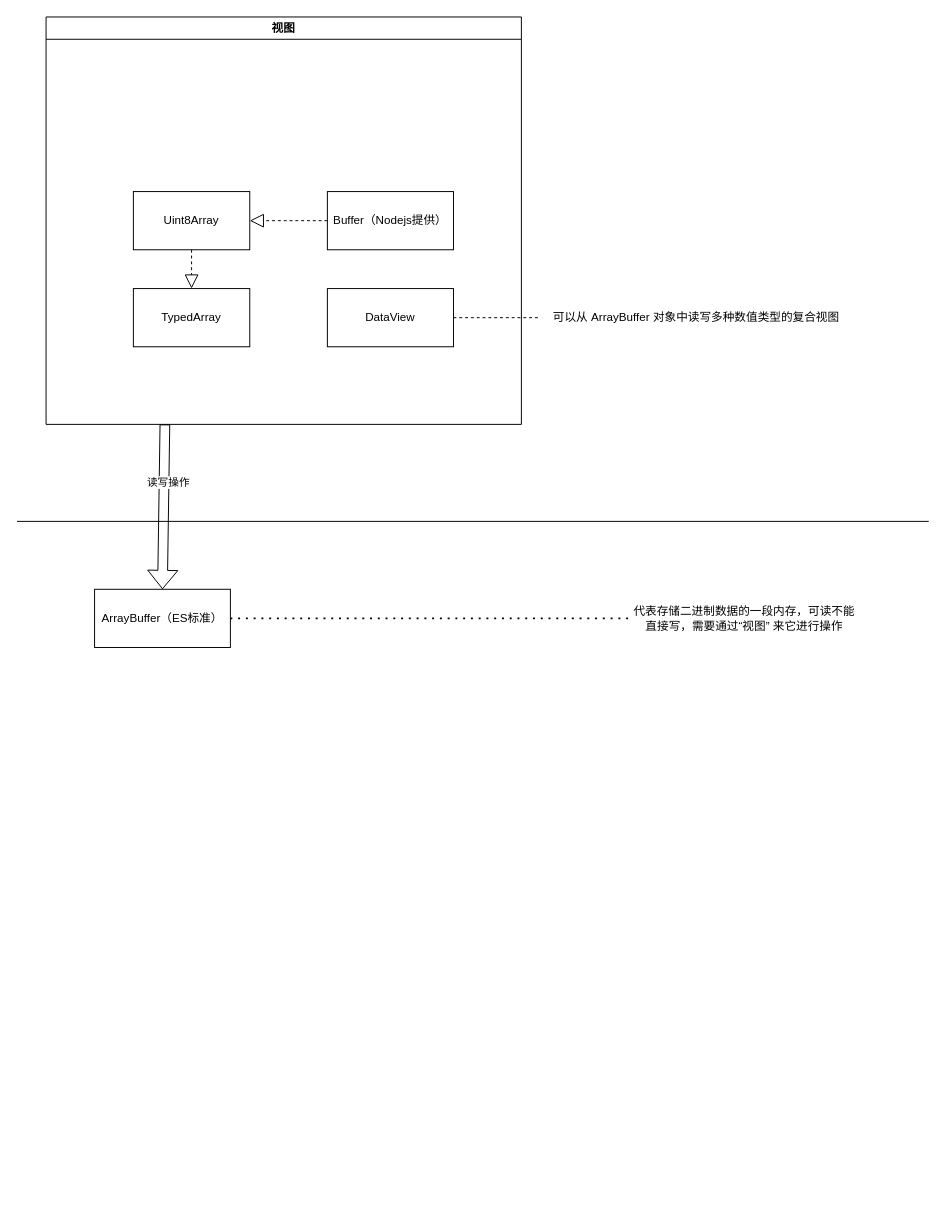
This is Buffer 学习图例.drawio from DongDeming/diagrams, a draw.io file, before an edit. Source tidied: cells renumbered, new cells numbered last; positions are measured from the earlier drawing's top-left corner, leaving out a move shared by most shapes. Both pictures are drawn from the tidied source at 97%, with x=0, y=0 at pixel (16, 16).
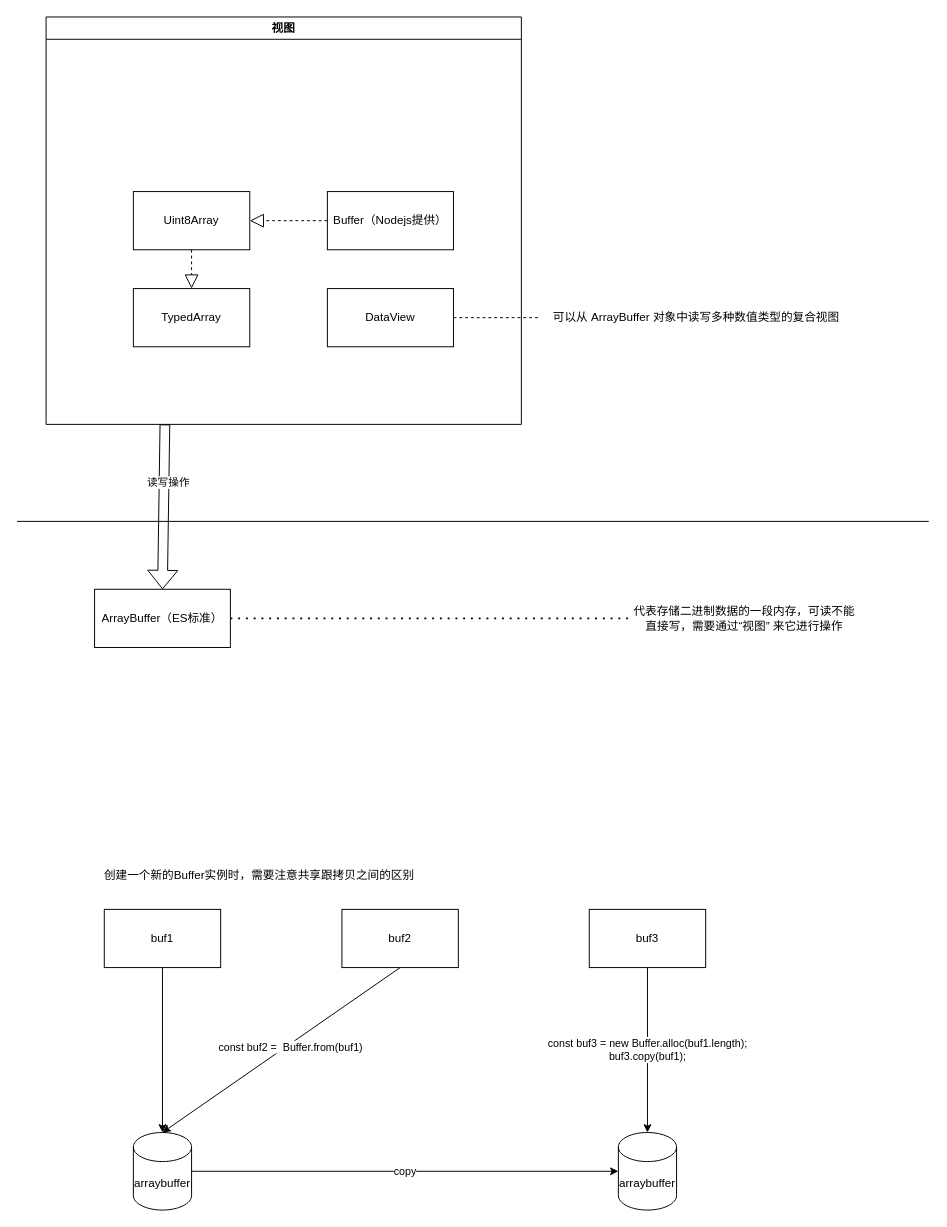
After the change.

Commit message (it also covers changes not shown here):
更新Buffer 学习图例.drawio

The edit, as a diff of the source:
```diff
@@
+    <mxCell id="17" value="buf1" style="whiteSpace=wrap;html=1;" parent="1" vertex="1">
+      <mxGeometry x="90" y="920" width="120" height="60" as="geometry" />
+    </mxCell>
+    <mxCell id="18" value="buf2" style="whiteSpace=wrap;html=1;" parent="1" vertex="1">
+      <mxGeometry x="335" y="920" width="120" height="60" as="geometry" />
+    </mxCell>
+    <mxCell id="19" value="buf3" style="whiteSpace=wrap;html=1;" parent="1" vertex="1">
+      <mxGeometry x="590" y="920" width="120" height="60" as="geometry" />
+    </mxCell>
+    <mxCell id="20" value="arraybuffer" style="shape=cylinder3;whiteSpace=wrap;html=1;boundedLbl=1;backgroundOutline=1;size=15;" parent="1" vertex="1">
+      <mxGeometry x="120" y="1150" width="60" height="80" as="geometry" />
+    </mxCell>
+    <mxCell id="21" style="endArrow=classic;html=1;rounded=0;exitX=0.5;exitY=1;exitDx=0;exitDy=0;entryX=0.5;entryY=0;entryDx=0;entryDy=0;entryPerimeter=0;" parent="1" edge="1" source="17" target="20">
+      <mxGeometry relative="1" as="geometry" />
+    </mxCell>
+    <mxCell id="22" style="endArrow=classic;html=1;rounded=0;exitX=0.5;exitY=1;exitDx=0;exitDy=0;" parent="1" edge="1" source="18">
+      <mxGeometry relative="1" as="geometry">
+        <mxPoint x="150" y="1150" as="targetPoint" />
+      </mxGeometry>
+    </mxCell>
+    <mxCell id="23" value="const buf2 =&amp;nbsp; Buffer.from(buf1)" style="edgeLabel;html=1;align=center;verticalAlign=middle;" parent="22" vertex="1">
+      <mxGeometry x="-0.06" y="2" relative="1" as="geometry" />
+    </mxCell>
+    <mxCell id="24" value="arraybuffer" style="shape=cylinder3;whiteSpace=wrap;html=1;boundedLbl=1;backgroundOutline=1;size=15;" parent="1" vertex="1">
+      <mxGeometry x="620" y="1150" width="60" height="80" as="geometry" />
+    </mxCell>
+    <mxCell id="25" value="copy" style="endArrow=classic;html=1;rounded=0;exitX=1;exitY=0.5;exitDx=0;exitDy=0;exitPerimeter=0;entryX=0;entryY=0.5;entryDx=0;entryDy=0;entryPerimeter=0;" parent="1" edge="1" source="20" target="24">
+      <mxGeometry relative="1" as="geometry" />
+    </mxCell>
+    <mxCell id="26" value="const buf3 = new Buffer.alloc(buf1.length); &lt;br&gt;buf3.copy(buf1);" style="endArrow=classic;html=1;rounded=0;entryX=0.5;entryY=0;entryDx=0;entryDy=0;entryPerimeter=0;exitX=0.5;exitY=1;exitDx=0;exitDy=0;" parent="1" edge="1" source="19" target="24">
+      <mxGeometry relative="1" as="geometry" />
+    </mxCell>
+    <mxCell id="27" value="创建一个新的Buffer实例时，需要注意共享跟拷贝之间的区别" style="text;html=1;strokeColor=none;fillColor=none;align=center;verticalAlign=middle;whiteSpace=wrap;rounded=0;" parent="1" vertex="1">
+      <mxGeometry x="50" y="870" width="400" height="30" as="geometry" />
+    </mxCell>
```
